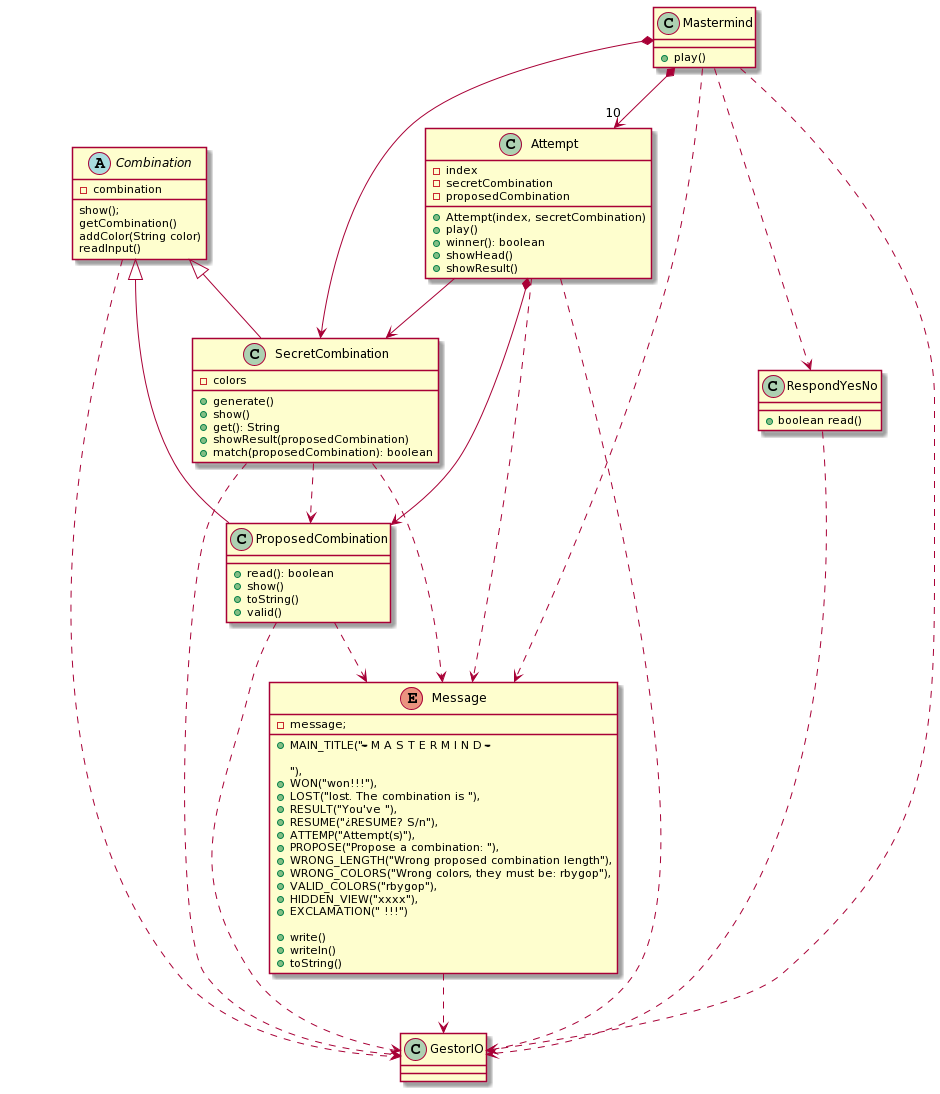
Master-Desarrollo-20-21/ejercicio-1-relaciones-entre-clases-arpafer keeps this PlantUML diagram as mastermind-vista-publica.png. Above is the earlier version.
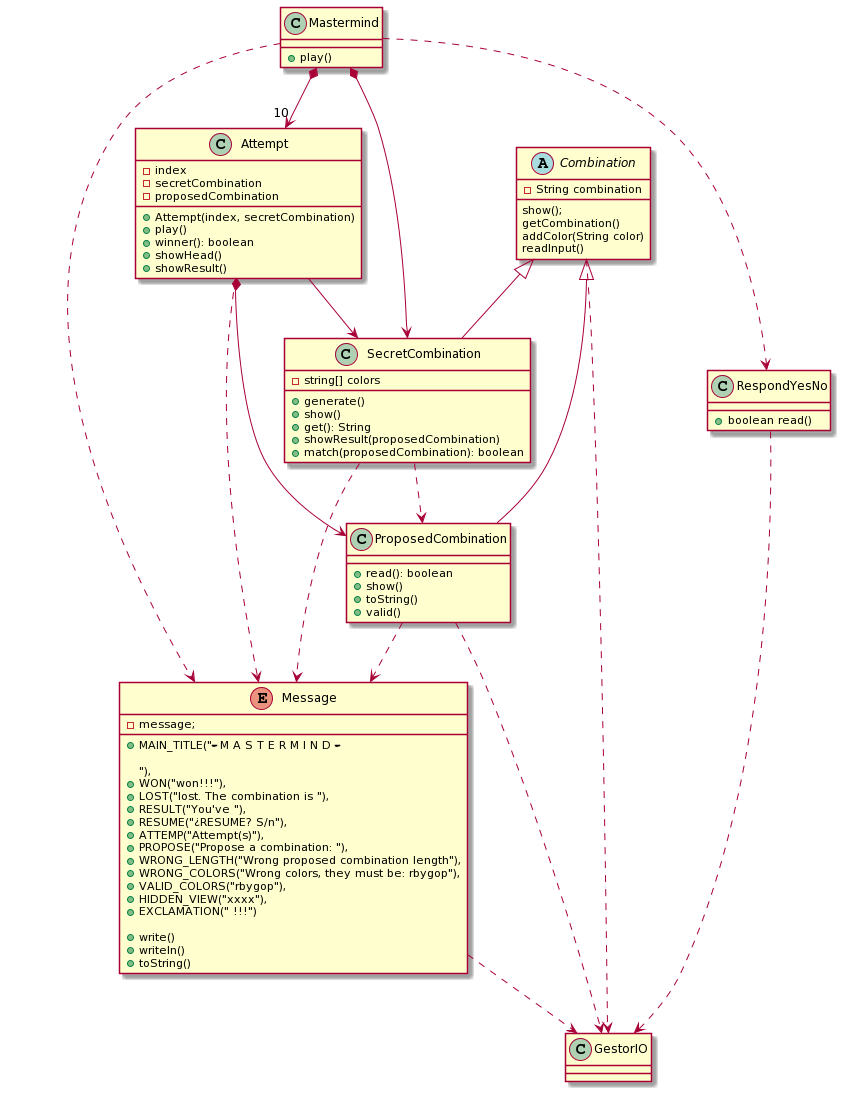
The same diagram one commit later.

Commit message:
se actualiza el gráfico del modelo de clases

Diff of the diagram source:
```diff
@@ -8,7 +8,6 @@
 
 Mastermind *--> SecretCombination
 Mastermind ..> Message
-Mastermind ..> GestorIO
 Mastermind ..> RespondYesNo
 
 RespondYesNo ..> GestorIO
@@ -17,21 +16,21 @@
 }
 
 abstract class Combination {
-   -combination
+   - String combination
    show();
    getCombination()
    addColor(String color)
    readInput()
 }
 class SecretCombination {
-   -colors
+   - string[] colors
    + generate()
    + show()
    + get(): String
    + showResult(proposedCombination)
    + match(proposedCombination): boolean
 }
-SecretCombination ..> GestorIO
+
 SecretCombination ..> Message
 Combination ..> GestorIO
 
@@ -61,7 +60,6 @@
 }
 
 Attempt *--> ProposedCombination
-Attempt ..> GestorIO
 Attempt --> SecretCombination
 Attempt ..> Message
 
```
